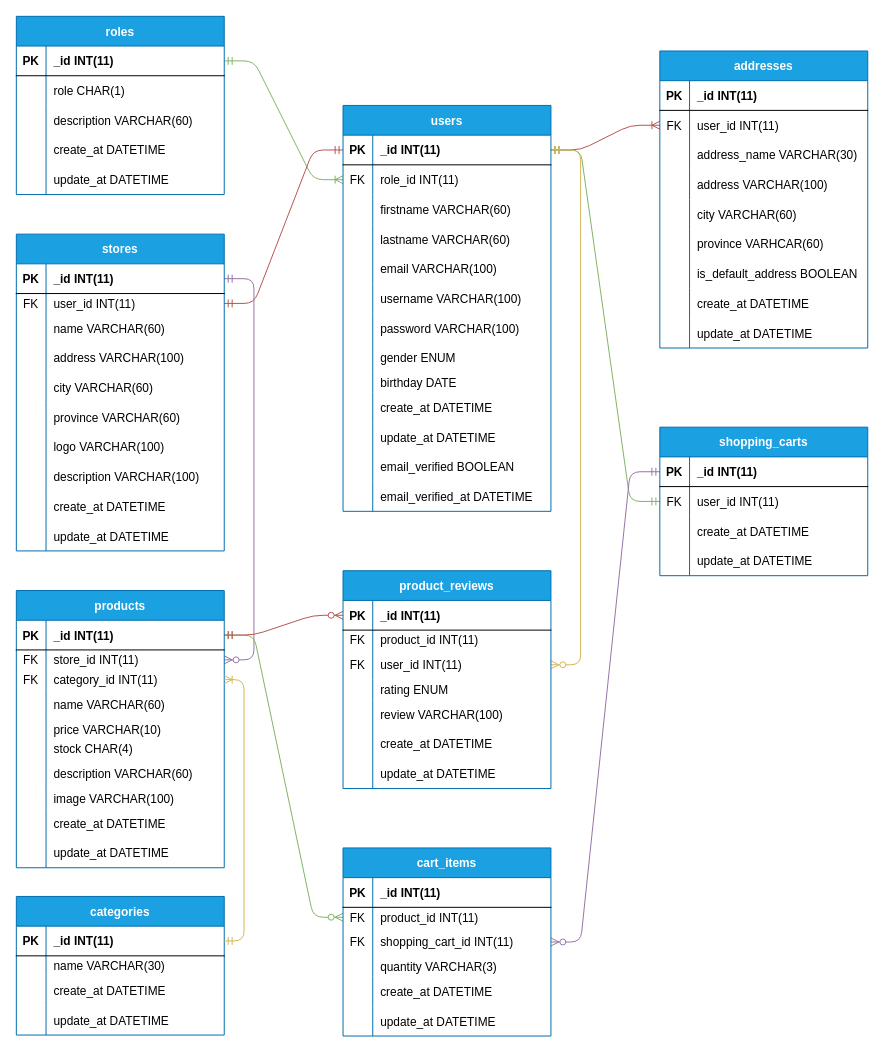
Earlier version of the draw.io diagram Untitled Diagram.drawio (aldhyx/db-design-jejaklangkah). Source tidied: cells renumbered, new cells numbered last; positions are measured from the earlier drawing's top-left corner, leaving out a move shared by most shapes. Both pictures are drawn from the tidied source at 99%, with x=0, y=0 at pixel (16, 16).
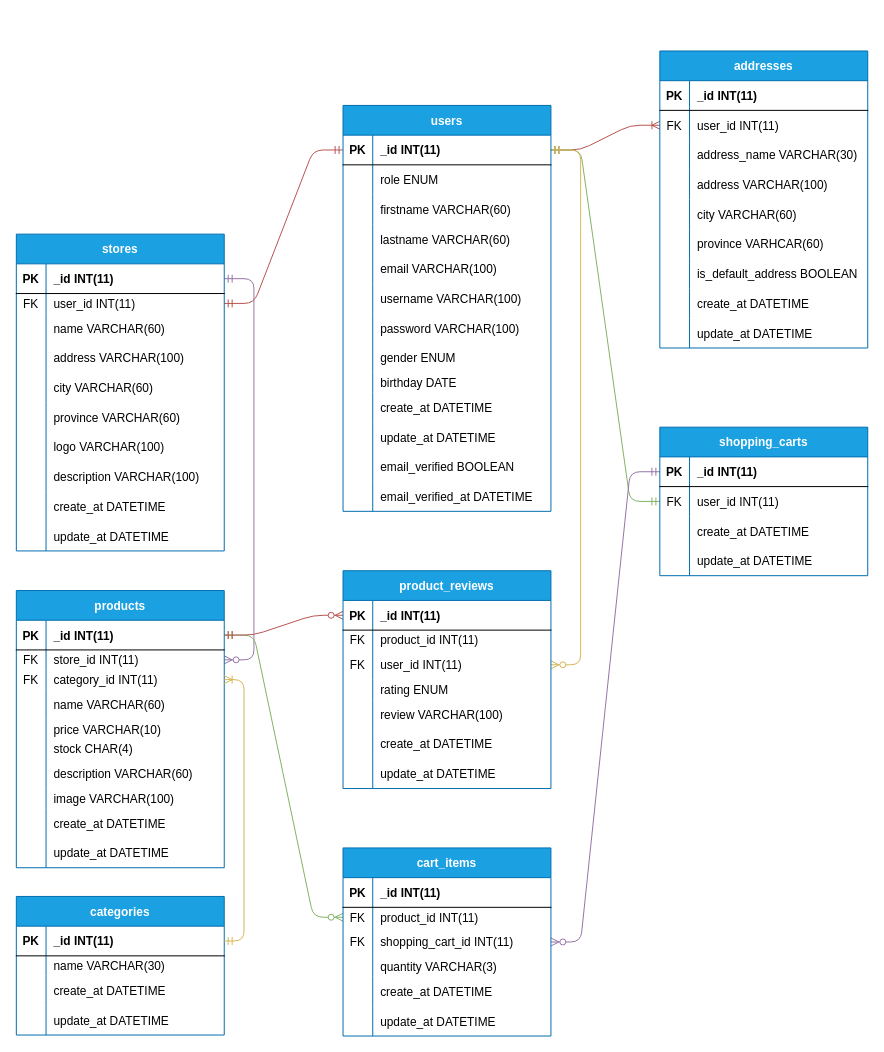
After the change.

The change refers to these unchanged cells:
```xml
<mxCell id="15" style="shape=partialRectangle;fillColor=none;top=0;left=0;bottom=0;right=0;points=[[0,0.5],[1,0.5]];portConstraint=eastwest;" parent="11" vertex="1">
  <mxGeometry y="60" width="210" height="30" as="geometry" />
</mxCell>
```

What changed in the source:
```diff
@@
-    <mxCell id="2" style="edgeStyle=entityRelationEdgeStyle;fontSize=12;html=1;endArrow=ERoneToMany;startArrow=ERmandOne;exitX=1;exitY=0.5;exitDx=0;exitDy=0;entryX=0;entryY=0.5;entryDx=0;entryDy=0;startFill=0;endFill=0;fillColor=#d5e8d4;strokeColor=#82b366;" parent="1" edge="1" source="124" target="15">
-      <mxGeometry relative="1" as="geometry" />
-    </mxCell>
@@
-    <mxCell id="16" value="FK" style="shape=partialRectangle;fillColor=none;top=0;left=0;bottom=0;right=0;fontStyle=0;overflow=hidden;" parent="15" vertex="1">
+    <mxCell id="16" style="shape=partialRectangle;fillColor=none;top=0;left=0;bottom=0;right=0;fontStyle=0;overflow=hidden;" parent="15" vertex="1">
       <mxGeometry width="30" height="30" as="geometry" />
     </mxCell>
-    <mxCell id="17" value="role_id INT(11)" style="shape=partialRectangle;fillColor=none;top=0;left=0;bottom=0;right=0;align=left;spacingLeft=6;fontStyle=0;overflow=hidden;" parent="15" vertex="1">
+    <mxCell id="17" value="role ENUM" style="shape=partialRectangle;fillColor=none;top=0;left=0;bottom=0;right=0;align=left;spacingLeft=6;fontStyle=0;overflow=hidden;" parent="15" vertex="1">
       <mxGeometry x="30" width="180" height="30" as="geometry" />
     </mxCell>
@@
-    <mxCell id="123" value="roles" style="shape=table;startSize=30;childLayout=tableLayout;rowLines=0;fontStyle=1;align=center;fillColor=#1ba1e2;strokeColor=#006EAF;fontColor=#ffffff;" parent="1" vertex="1">
-      <mxGeometry width="210" height="180" as="geometry" />
-    </mxCell>
-    <mxCell id="124" style="shape=partialRectangle;fillColor=none;top=0;left=0;bottom=1;right=0;points=[[0,0.5],[1,0.5]];portConstraint=eastwest;" parent="123" vertex="1">
-      <mxGeometry y="30" width="210" height="30" as="geometry" />
-    </mxCell>
-    <mxCell id="125" value="PK" style="shape=partialRectangle;fillColor=none;top=0;left=0;bottom=0;right=0;fontStyle=1;overflow=hidden;" parent="124" vertex="1">
-      <mxGeometry width="30" height="30" as="geometry" />
-    </mxCell>
-    <mxCell id="126" value="_id INT(11)" style="shape=partialRectangle;fillColor=none;top=0;left=0;bottom=0;right=0;align=left;spacingLeft=6;fontStyle=1;overflow=hidden;" parent="124" vertex="1">
-      <mxGeometry x="30" width="180" height="30" as="geometry" />
-    </mxCell>
-    <mxCell id="127" style="shape=partialRectangle;fillColor=none;top=0;left=0;bottom=0;right=0;" parent="123" vertex="1">
-      <mxGeometry y="60" width="210" height="30" as="geometry" />
-    </mxCell>
-    <mxCell id="128" style="shape=partialRectangle;fillColor=none;top=0;left=0;bottom=0;right=0;overflow=hidden;" parent="127" vertex="1">
-      <mxGeometry width="30" height="30" as="geometry" />
-    </mxCell>
-    <mxCell id="129" value="role CHAR(1)" style="shape=partialRectangle;fillColor=none;top=0;left=0;bottom=0;right=0;align=left;spacingLeft=6;overflow=hidden;" parent="127" vertex="1">
-      <mxGeometry x="30" width="180" height="30" as="geometry" />
-    </mxCell>
-    <mxCell id="130" style="shape=partialRectangle;fillColor=none;top=0;left=0;bottom=0;right=0;" parent="123" vertex="1">
-      <mxGeometry y="90" width="210" height="30" as="geometry" />
-    </mxCell>
-    <mxCell id="131" style="shape=partialRectangle;fillColor=none;top=0;left=0;bottom=0;right=0;overflow=hidden;" parent="130" vertex="1">
-      <mxGeometry width="30" height="30" as="geometry" />
-    </mxCell>
-    <mxCell id="132" value="description VARCHAR(60)" style="shape=partialRectangle;fillColor=none;top=0;left=0;bottom=0;right=0;align=left;spacingLeft=6;overflow=hidden;" parent="130" vertex="1">
-      <mxGeometry x="30" width="180" height="30" as="geometry" />
-    </mxCell>
-    <mxCell id="133" style="shape=partialRectangle;fillColor=none;top=0;left=0;bottom=0;right=0;" parent="123" vertex="1">
-      <mxGeometry y="120" width="210" height="30" as="geometry" />
-    </mxCell>
-    <mxCell id="134" style="shape=partialRectangle;fillColor=none;top=0;left=0;bottom=0;right=0;overflow=hidden;" parent="133" vertex="1">
-      <mxGeometry width="30" height="30" as="geometry" />
-    </mxCell>
-    <mxCell id="135" value="create_at DATETIME" style="shape=partialRectangle;fillColor=none;top=0;left=0;bottom=0;right=0;align=left;spacingLeft=6;overflow=hidden;" parent="133" vertex="1">
-      <mxGeometry x="30" width="180" height="30" as="geometry" />
-    </mxCell>
-    <mxCell id="136" style="shape=partialRectangle;fillColor=none;top=0;left=0;bottom=0;right=0;" parent="123" vertex="1">
-      <mxGeometry y="150" width="210" height="30" as="geometry" />
-    </mxCell>
-    <mxCell id="137" style="shape=partialRectangle;fillColor=none;top=0;left=0;bottom=0;right=0;overflow=hidden;" parent="136" vertex="1">
-      <mxGeometry width="30" height="30" as="geometry" />
-    </mxCell>
-    <mxCell id="138" value="update_at DATETIME" style="shape=partialRectangle;fillColor=none;top=0;left=0;bottom=0;right=0;align=left;spacingLeft=6;overflow=hidden;" parent="136" vertex="1">
-      <mxGeometry x="30" width="180" height="30" as="geometry" />
-    </mxCell>
```
